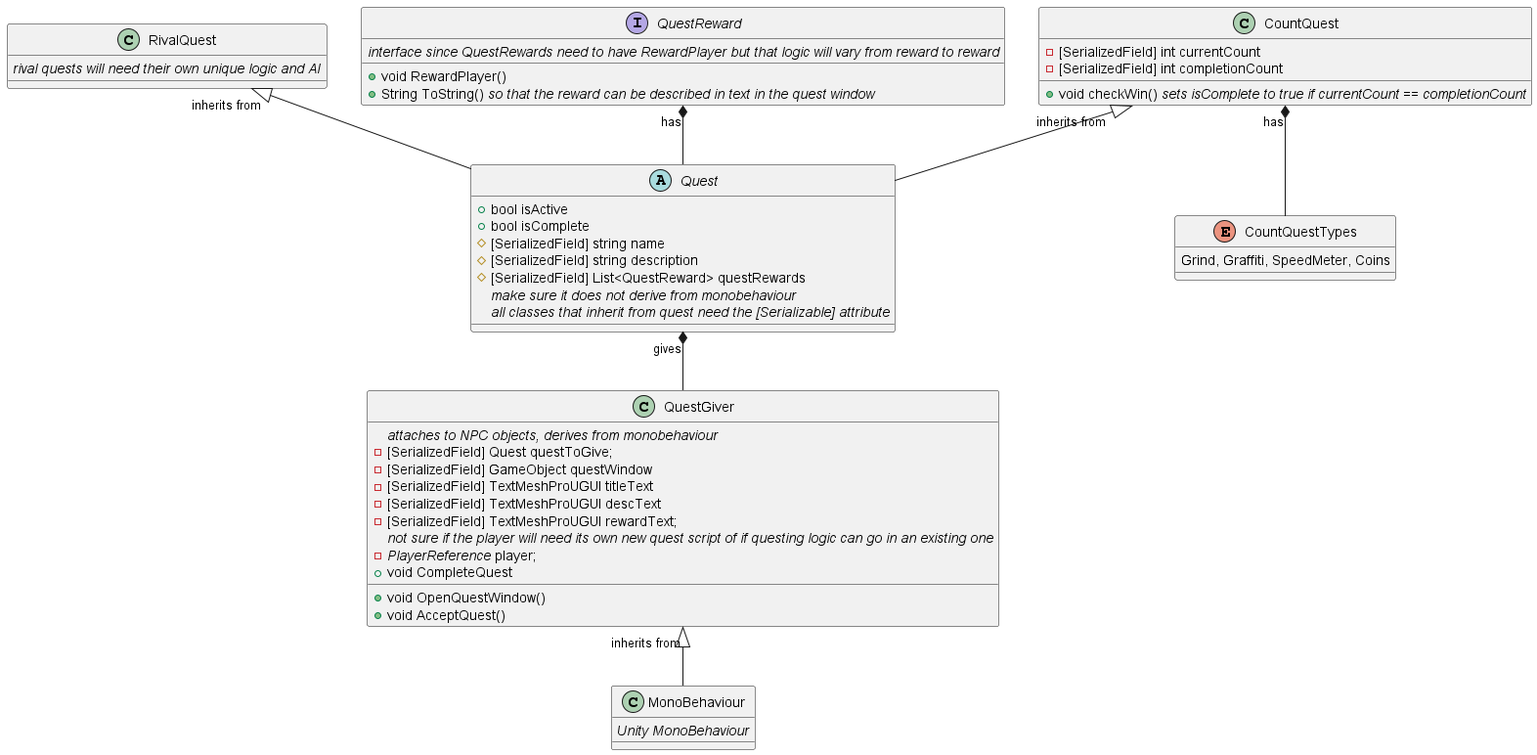
Before: RAIL_GRIND_RUMBLE/Assets/Scripts/Pete/Quest System/QuestSystemPlanning.png, a diagram exported from PlantUML (Venyxx/VEX_RAIL_GRIND_RUMBLE).
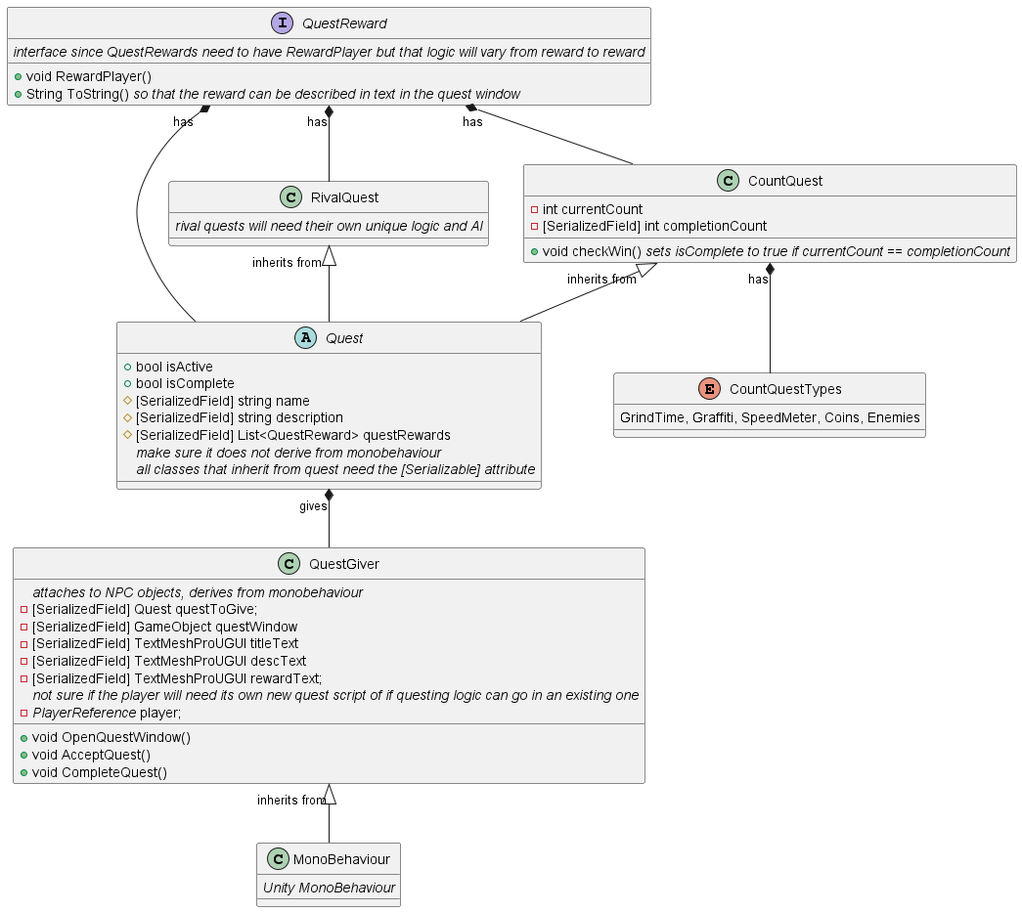
Above is the later version.

What changed in the source:
```diff
@@ -19,7 +19,7 @@
 
 class CountQuest
 {
-    -[SerializedField] int currentCount
+    -int currentCount
     -[SerializedField] int completionCount
 
     +void checkWin() //sets isComplete to true if currentCount == completionCount//
@@ -27,7 +27,7 @@
 
 enum CountQuestTypes
 {
-    Grind, Graffiti, SpeedMeter, Coins
+    GrindTime, Graffiti, SpeedMeter, Coins, Enemies
 }
 
 
@@ -50,7 +50,7 @@
     - //PlayerReference// player;
     +void OpenQuestWindow()
     +void AcceptQuest()
-    +void CompleteQuest
+    +void CompleteQuest()
 }
 
 
@@ -61,6 +61,8 @@
     +String ToString() //so that the reward can be described in text in the quest window//
 }
 
+QuestReward "has" *-- CountQuest
+QuestReward "has" *-- RivalQuest
 QuestReward "has" *-- Quest
 Quest "gives" *-- QuestGiver
 QuestGiver "inherits from"<|-- MonoBehaviour
```
